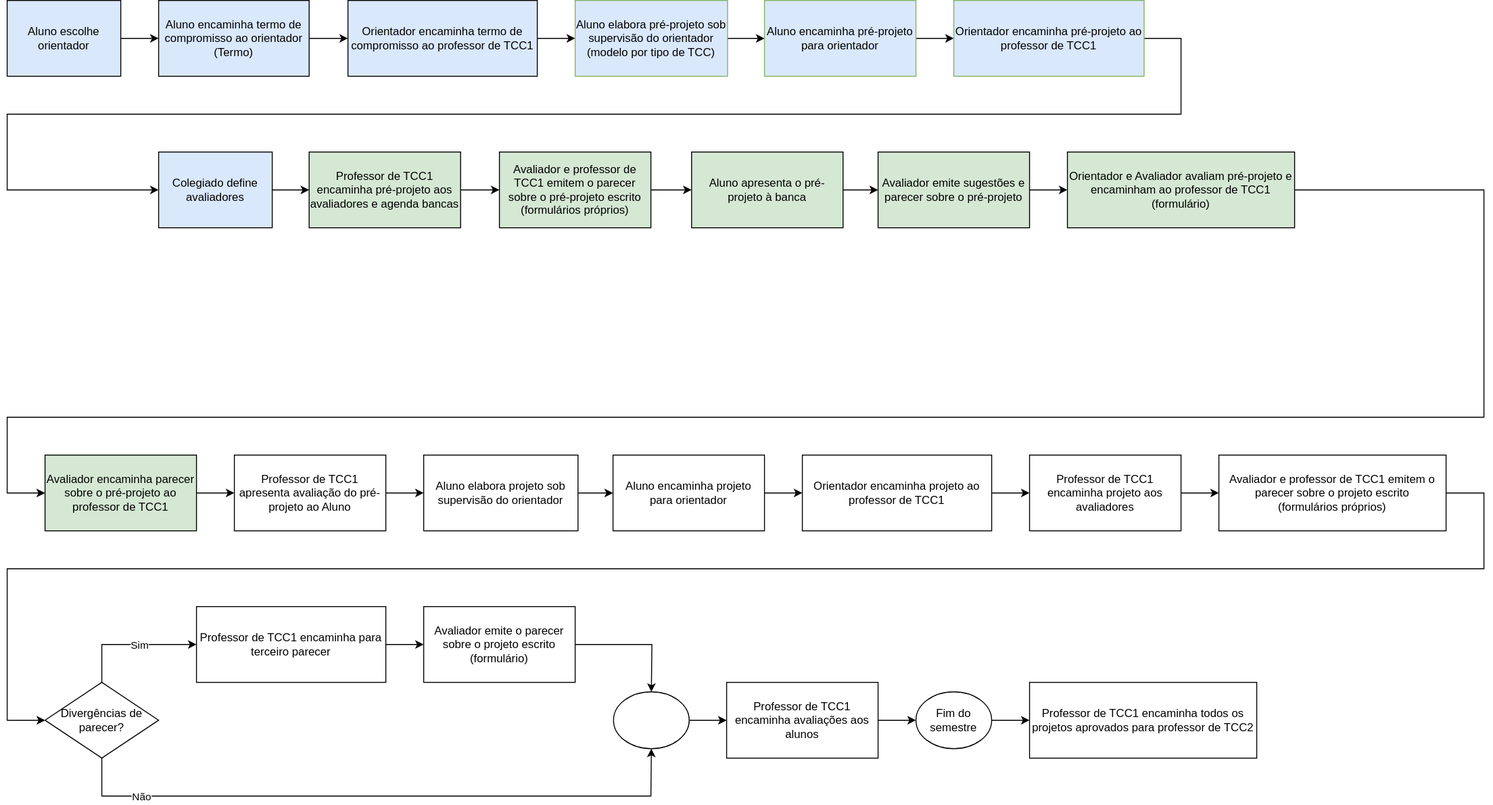
This is _BCC/Cronogramas/cronogramaFluxograma.drawio.svg from dalton-reis/disciplina_TCC1_Privado, a draw.io export, as it was before one commit. Source tidied: cells renumbered, new cells last; positions are measured from the earlier drawing's top-left corner, leaving out a move shared by most shapes.
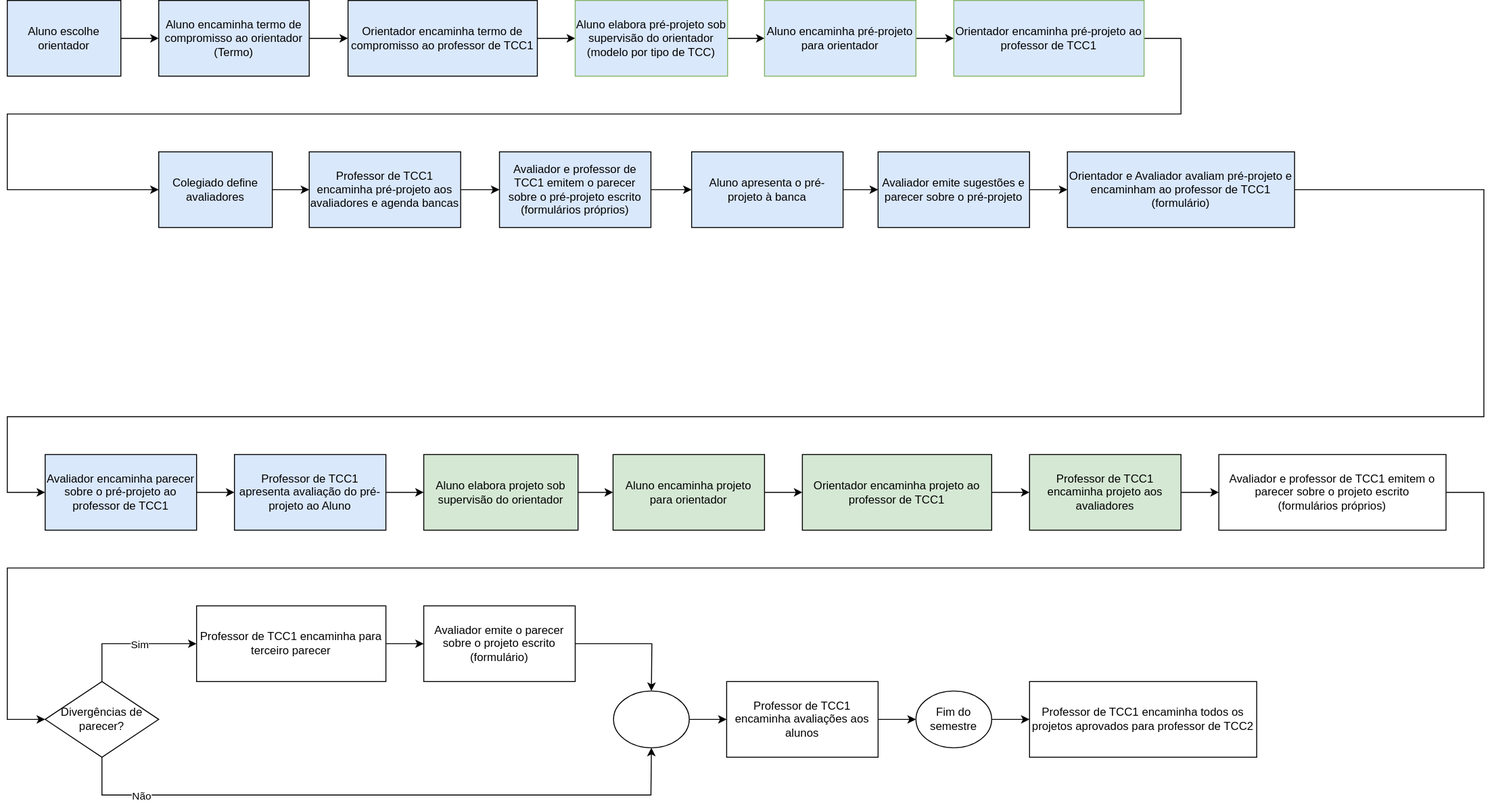
The same diagram one commit later.

Diff of the diagram source:
```diff
@@ -57,22 +57,22 @@
     <mxCell id="17" style="edgeStyle=orthogonalEdgeStyle;rounded=0;jettySize=auto;html=1;fontColor=#000000;" parent="1" edge="1" source="18" target="27">
       <mxGeometry relative="1" as="geometry" />
     </mxCell>
-    <mxCell id="18" value="Professor de TCC1 encaminha pré-projeto aos avaliadores e agenda bancas" style="whiteSpace=wrap;html=1;fillColor=#d5e8d4;strokeColor=default;fontColor=#000000;" parent="1" vertex="1">
+    <mxCell id="18" value="Professor de TCC1 encaminha pré-projeto aos avaliadores e agenda bancas" style="whiteSpace=wrap;html=1;fillColor=#dae8fc;strokeColor=default;fontColor=#000000;" parent="1" vertex="1">
       <mxGeometry x="319" y="160" width="160" height="80" as="geometry" />
     </mxCell>
     <mxCell id="19" style="edgeStyle=orthogonalEdgeStyle;rounded=0;jettySize=auto;html=1;fontColor=#000000;" parent="1" edge="1" source="20" target="22">
       <mxGeometry relative="1" as="geometry" />
     </mxCell>
-    <mxCell id="20" value="Aluno apresenta o pré-projeto à banca" style="whiteSpace=wrap;html=1;fillColor=#d5e8d4;strokeColor=default;fontColor=#000000;" parent="1" vertex="1">
+    <mxCell id="20" value="Aluno apresenta o pré-projeto à banca" style="whiteSpace=wrap;html=1;fillColor=#dae8fc;strokeColor=default;fontColor=#000000;" parent="1" vertex="1">
       <mxGeometry x="723" y="160" width="160" height="80" as="geometry" />
     </mxCell>
     <mxCell id="21" style="edgeStyle=orthogonalEdgeStyle;rounded=0;jettySize=auto;html=1;fontColor=#000000;" parent="1" edge="1" source="22" target="23">
       <mxGeometry relative="1" as="geometry" />
     </mxCell>
-    <mxCell id="22" value="Avaliador emite sugestões e parecer sobre o pré-projeto" style="whiteSpace=wrap;html=1;fillColor=#d5e8d4;strokeColor=default;fontColor=#000000;" parent="1" vertex="1">
+    <mxCell id="22" value="Avaliador emite sugestões e parecer sobre o pré-projeto" style="whiteSpace=wrap;html=1;fillColor=#dae8fc;strokeColor=default;fontColor=#000000;" parent="1" vertex="1">
       <mxGeometry x="920" y="160" width="160" height="80" as="geometry" />
     </mxCell>
-    <mxCell id="23" value="Orientador e Avaliador avaliam pré-projeto e encaminham ao professor de TCC1&lt;br&gt;(formulário)" style="whiteSpace=wrap;html=1;fillColor=#d5e8d4;strokeColor=default;fontColor=#000000;" parent="1" vertex="1">
+    <mxCell id="23" value="Orientador e Avaliador avaliam pré-projeto e encaminham ao professor de TCC1&lt;br&gt;(formulário)" style="whiteSpace=wrap;html=1;fillColor=#dae8fc;strokeColor=default;fontColor=#000000;" parent="1" vertex="1">
       <mxGeometry x="1120" y="160" width="240" height="80" as="geometry" />
     </mxCell>
     <mxCell id="24" style="edgeStyle=orthogonalEdgeStyle;rounded=0;jettySize=auto;html=1;fontColor=#000000;exitX=1;exitY=0.5;exitDx=0;exitDy=0;" parent="1" edge="1" source="23" target="26">
@@ -88,40 +88,40 @@
     <mxCell id="25" style="edgeStyle=orthogonalEdgeStyle;rounded=0;jettySize=auto;html=1;fontColor=#000000;" parent="1" edge="1" source="26" target="29">
       <mxGeometry relative="1" as="geometry" />
     </mxCell>
-    <mxCell id="26" value="Avaliador encaminha parecer sobre o pré-projeto ao professor de TCC1" style="whiteSpace=wrap;html=1;fillColor=#d5e8d4;strokeColor=default;fontColor=#000000;" parent="1" vertex="1">
+    <mxCell id="26" value="Avaliador encaminha parecer sobre o pré-projeto ao professor de TCC1" style="whiteSpace=wrap;html=1;fillColor=#dae8fc;strokeColor=default;fontColor=#000000;" parent="1" vertex="1">
       <mxGeometry x="40" y="480" width="160" height="80" as="geometry" />
     </mxCell>
-    <mxCell id="27" value="Avaliador e professor de TCC1 emitem o parecer sobre o pré-projeto escrito&lt;br&gt;(formulários próprios)" style="whiteSpace=wrap;html=1;fillColor=#d5e8d4;strokeColor=default;fontColor=#000000;" parent="1" vertex="1">
+    <mxCell id="27" value="Avaliador e professor de TCC1 emitem o parecer sobre o pré-projeto escrito&lt;br&gt;(formulários próprios)" style="whiteSpace=wrap;html=1;fillColor=#dae8fc;strokeColor=default;fontColor=#000000;" parent="1" vertex="1">
       <mxGeometry x="520" y="160" width="160" height="80" as="geometry" />
     </mxCell>
     <mxCell id="28" style="edgeStyle=orthogonalEdgeStyle;rounded=0;jettySize=auto;html=1;fontColor=#000000;" parent="1" edge="1" source="29" target="31">
       <mxGeometry relative="1" as="geometry" />
     </mxCell>
-    <mxCell id="29" value="Professor de TCC1 apresenta avaliação do pré-projeto ao Aluno" style="whiteSpace=wrap;html=1;fillColor=none;strokeColor=default;fontColor=#000000;" parent="1" vertex="1">
+    <mxCell id="29" value="Professor de TCC1 apresenta avaliação do pré-projeto ao Aluno" style="whiteSpace=wrap;html=1;fillColor=#dae8fc;strokeColor=default;fontColor=#000000;" parent="1" vertex="1">
       <mxGeometry x="240" y="480" width="160" height="80" as="geometry" />
     </mxCell>
     <mxCell id="30" style="edgeStyle=orthogonalEdgeStyle;rounded=0;jettySize=auto;html=1;fontColor=#000000;" parent="1" edge="1" source="31" target="33">
       <mxGeometry relative="1" as="geometry" />
     </mxCell>
-    <mxCell id="31" value="Aluno elabora projeto sob supervisão do orientador" style="whiteSpace=wrap;html=1;fontColor=#000000;fillColor=none;" parent="1" vertex="1">
+    <mxCell id="31" value="Aluno elabora projeto sob supervisão do orientador" style="whiteSpace=wrap;html=1;fontColor=#000000;fillColor=#d5e8d4;" parent="1" vertex="1">
       <mxGeometry x="440" y="480" width="163" height="80" as="geometry" />
     </mxCell>
     <mxCell id="32" style="edgeStyle=orthogonalEdgeStyle;rounded=0;jettySize=auto;html=1;fontColor=#000000;" parent="1" edge="1" source="33" target="35">
       <mxGeometry relative="1" as="geometry" />
     </mxCell>
-    <mxCell id="33" value="Aluno encaminha projeto para orientador" style="whiteSpace=wrap;html=1;fontColor=#000000;" parent="1" vertex="1">
+    <mxCell id="33" value="Aluno encaminha projeto para orientador" style="whiteSpace=wrap;html=1;fontColor=#000000;fillColor=#d5e8d4;" parent="1" vertex="1">
       <mxGeometry x="640" y="480" width="160" height="80" as="geometry" />
     </mxCell>
     <mxCell id="34" style="edgeStyle=orthogonalEdgeStyle;rounded=0;jettySize=auto;html=1;fontColor=#000000;" parent="1" edge="1" source="35" target="37">
       <mxGeometry relative="1" as="geometry" />
     </mxCell>
-    <mxCell id="35" value="Orientador encaminha projeto ao professor de TCC1" style="whiteSpace=wrap;html=1;fontColor=#000000;" parent="1" vertex="1">
+    <mxCell id="35" value="Orientador encaminha projeto ao professor de TCC1" style="whiteSpace=wrap;html=1;fontColor=#000000;fillColor=#d5e8d4;" parent="1" vertex="1">
       <mxGeometry x="840" y="480" width="200" height="80" as="geometry" />
     </mxCell>
     <mxCell id="36" style="edgeStyle=orthogonalEdgeStyle;rounded=0;jettySize=auto;html=1;fontColor=#000000;" parent="1" edge="1" source="37" target="39">
       <mxGeometry relative="1" as="geometry" />
     </mxCell>
-    <mxCell id="37" value="Professor de TCC1 encaminha projeto aos avaliadores" style="whiteSpace=wrap;html=1;fontColor=#000000;" parent="1" vertex="1">
+    <mxCell id="37" value="Professor de TCC1 encaminha projeto aos avaliadores" style="whiteSpace=wrap;html=1;fontColor=#000000;fillColor=#d5e8d4;" parent="1" vertex="1">
       <mxGeometry x="1080" y="480" width="160" height="80" as="geometry" />
     </mxCell>
     <mxCell id="38" style="edgeStyle=orthogonalEdgeStyle;rounded=0;jettySize=auto;html=1;fontColor=#000000;" parent="1" edge="1" source="39" target="44">
```
